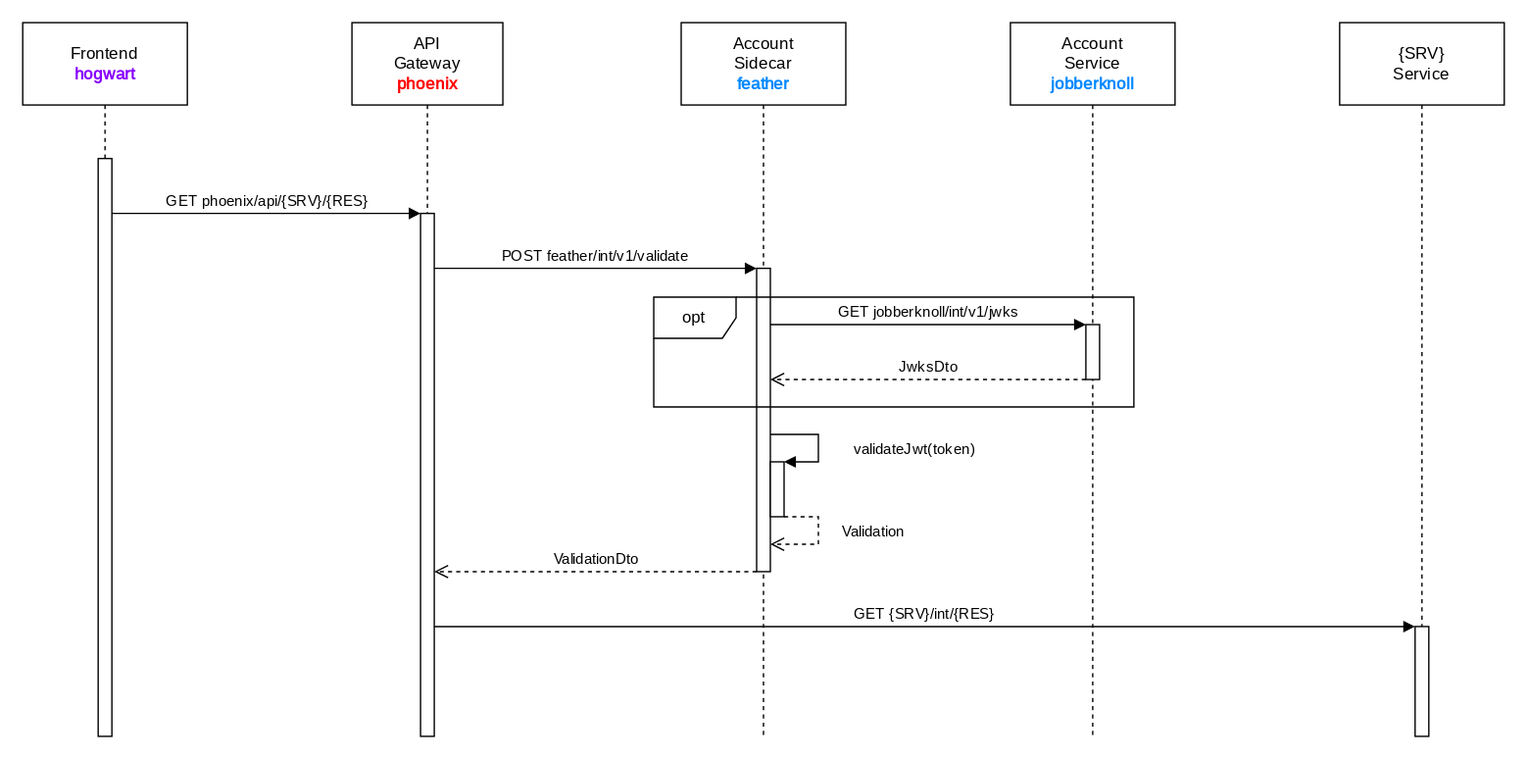
PWR-ACS-SE-24/SoftwareSystemDesign keeps this draw.io diagram as documentation/course/e2/images/sequence-diagram-mechanism-12.drawio.svg. Above is the earlier version. Source tidied: cells renumbered, new cells last; positions are measured from the earlier drawing's top-left corner, leaving out a move shared by most shapes. Source of this version:
```xml
<mxGraphModel>
  <root>
    <mxCell id="0" />
    <mxCell id="1" parent="0" />
    <mxCell id="2" value="&lt;div&gt;Account&lt;/div&gt;&lt;div&gt;Service&lt;/div&gt;&lt;div&gt;&lt;font color=&quot;#0088ff&quot;&gt;&lt;b&gt;jobberknoll&lt;/b&gt;&lt;/font&gt;&lt;br&gt;&lt;/div&gt;" style="shape=umlLifeline;perimeter=lifelinePerimeter;whiteSpace=wrap;html=1;newEdgeStyle={&quot;curved&quot;:0,&quot;rounded&quot;:0};size=60;fontFamily=JetBrains Mono;fontSource=https%3A%2F%2Ffonts.googleapis.com%2Fcss%3Ffamily%3DJetBrains%2BMono;" parent="1" vertex="1">
      <mxGeometry x="720" width="120" height="520" as="geometry" />
    </mxCell>
    <mxCell id="3" value="&lt;div&gt;API&lt;/div&gt;&lt;div&gt;Gateway&lt;/div&gt;&lt;div&gt;&lt;b&gt;&lt;font color=&quot;#ff0000&quot;&gt;phoenix&lt;/font&gt;&lt;/b&gt;&lt;br&gt;&lt;/div&gt;" style="shape=umlLifeline;perimeter=lifelinePerimeter;whiteSpace=wrap;html=1;newEdgeStyle={&quot;curved&quot;:0,&quot;rounded&quot;:0};size=60;fontFamily=JetBrains Mono;fontSource=https%3A%2F%2Ffonts.googleapis.com%2Fcss%3Ffamily%3DJetBrains%2BMono;" parent="1" vertex="1">
      <mxGeometry x="240" width="110" height="520" as="geometry" />
    </mxCell>
    <mxCell id="4" style="html=1;points=[[0,0,0,0,5],[0,1,0,0,-5],[1,0,0,0,5],[1,1,0,0,-5]];perimeter=orthogonalPerimeter;outlineConnect=0;targetShapes=umlLifeline;portConstraint=eastwest;newEdgeStyle={&quot;curved&quot;:0,&quot;rounded&quot;:0};fontFamily=JetBrains Mono;fontSource=https%3A%2F%2Ffonts.googleapis.com%2Fcss%3Ffamily%3DJetBrains%2BMono;" parent="3" vertex="1">
      <mxGeometry x="50" y="139" width="10" height="381" as="geometry" />
    </mxCell>
    <mxCell id="5" value="&lt;div&gt;Account&lt;/div&gt;&lt;div&gt;Sidecar&lt;br&gt;&lt;/div&gt;&lt;div&gt;&lt;b&gt;&lt;font color=&quot;#0088ff&quot;&gt;feather&lt;/font&gt;&lt;/b&gt;&lt;br&gt;&lt;/div&gt;" style="shape=umlLifeline;perimeter=lifelinePerimeter;whiteSpace=wrap;html=1;newEdgeStyle={&quot;curved&quot;:0,&quot;rounded&quot;:0};size=60;fontFamily=JetBrains Mono;fontSource=https%3A%2F%2Ffonts.googleapis.com%2Fcss%3Ffamily%3DJetBrains%2BMono;" parent="1" vertex="1">
      <mxGeometry x="480" width="120" height="520" as="geometry" />
    </mxCell>
    <mxCell id="6" style="html=1;points=[[0,0,0,0,5],[0,1,0,0,-5],[1,0,0,0,5],[1,1,0,0,-5]];perimeter=orthogonalPerimeter;outlineConnect=0;targetShapes=umlLifeline;portConstraint=eastwest;newEdgeStyle={&quot;curved&quot;:0,&quot;rounded&quot;:0};fontFamily=JetBrains Mono;fontSource=https%3A%2F%2Ffonts.googleapis.com%2Fcss%3Ffamily%3DJetBrains%2BMono;" parent="5" vertex="1">
      <mxGeometry x="55" y="179" width="10" height="221" as="geometry" />
    </mxCell>
    <mxCell id="7" value="validateJwt(token)" style="html=1;verticalAlign=bottom;endArrow=block;curved=0;rounded=0;fontFamily=JetBrains Mono;fontSource=https%3A%2F%2Ffonts.googleapis.com%2Fcss%3Ffamily%3DJetBrains%2BMono;" parent="5" edge="1" target="12">
      <mxGeometry x="0.38" y="-70" relative="1" as="geometry">
        <mxPoint x="65" y="300" as="sourcePoint" />
        <Array as="points">
          <mxPoint x="100" y="300" />
          <mxPoint x="100" y="320" />
        </Array>
        <mxPoint x="70" y="70" as="offset" />
      </mxGeometry>
    </mxCell>
    <mxCell id="8" style="html=1;points=[[0,0,0,0,5],[0,1,0,0,-5],[1,0,0,0,5],[1,1,0,0,-5]];perimeter=orthogonalPerimeter;outlineConnect=0;targetShapes=umlLifeline;portConstraint=eastwest;newEdgeStyle={&quot;curved&quot;:0,&quot;rounded&quot;:0};fontFamily=JetBrains Mono;fontSource=https%3A%2F%2Ffonts.googleapis.com%2Fcss%3Ffamily%3DJetBrains%2BMono;" parent="5" vertex="1">
      <mxGeometry x="295" y="220" width="10" height="40" as="geometry" />
    </mxCell>
    <mxCell id="9" value="&lt;font&gt;GET jobberknoll/int/v1/jwks&lt;/font&gt;" style="html=1;verticalAlign=bottom;endArrow=block;curved=0;rounded=0;fontFamily=JetBrains Mono;fontSource=https%3A%2F%2Ffonts.googleapis.com%2Fcss%3Ffamily%3DJetBrains%2BMono;" parent="5" edge="1" target="8">
      <mxGeometry relative="1" as="geometry">
        <mxPoint x="65" y="220" as="sourcePoint" />
        <Array as="points">
          <mxPoint x="180" y="220" />
        </Array>
      </mxGeometry>
    </mxCell>
    <mxCell id="10" value="opt" style="shape=umlFrame;whiteSpace=wrap;html=1;" parent="5" vertex="1">
      <mxGeometry x="-20" y="200" width="350" height="80" as="geometry" />
    </mxCell>
    <mxCell id="11" value="JwksDto" style="html=1;verticalAlign=bottom;endArrow=open;dashed=1;endSize=8;curved=0;rounded=0;fontFamily=JetBrains Mono;fontSource=https%3A%2F%2Ffonts.googleapis.com%2Fcss%3Ffamily%3DJetBrains%2BMono;" parent="5" edge="1" source="8">
      <mxGeometry relative="1" as="geometry">
        <mxPoint x="65" y="260" as="targetPoint" />
        <Array as="points">
          <mxPoint x="180" y="260" />
        </Array>
      </mxGeometry>
    </mxCell>
    <mxCell id="12" style="html=1;points=[[0,0,0,0,5],[0,1,0,0,-5],[1,0,0,0,5],[1,1,0,0,-5]];perimeter=orthogonalPerimeter;outlineConnect=0;targetShapes=umlLifeline;portConstraint=eastwest;newEdgeStyle={&quot;curved&quot;:0,&quot;rounded&quot;:0};fontFamily=JetBrains Mono;fontSource=https%3A%2F%2Ffonts.googleapis.com%2Fcss%3Ffamily%3DJetBrains%2BMono;" parent="5" vertex="1">
      <mxGeometry x="65" y="320" width="10" height="40" as="geometry" />
    </mxCell>
    <mxCell id="13" value="Validation" style="html=1;verticalAlign=bottom;endArrow=open;dashed=1;endSize=8;curved=0;rounded=0;fontFamily=JetBrains Mono;fontSource=https%3A%2F%2Ffonts.googleapis.com%2Fcss%3Ffamily%3DJetBrains%2BMono;" parent="5" edge="1" source="12" target="6">
      <mxGeometry x="0.12" y="-40" relative="1" as="geometry">
        <Array as="points">
          <mxPoint x="100" y="360" />
          <mxPoint x="100" y="380" />
        </Array>
        <mxPoint x="40" y="40" as="offset" />
      </mxGeometry>
    </mxCell>
    <mxCell id="14" value="&lt;font style=&quot;font-size: 11px;&quot;&gt;GET phoenix/api/{SRV}/{RES}&lt;/font&gt;" style="html=1;verticalAlign=bottom;endArrow=block;curved=0;rounded=0;fontFamily=JetBrains Mono;fontSource=https%3A%2F%2Ffonts.googleapis.com%2Fcss%3Ffamily%3DJetBrains%2BMono;" parent="1" edge="1" source="17" target="4">
      <mxGeometry relative="1" as="geometry">
        <Array as="points">
          <mxPoint x="180" y="139" />
        </Array>
      </mxGeometry>
    </mxCell>
    <mxCell id="15" value="&lt;font&gt;POST feather/int/v1/validate&lt;/font&gt;" style="html=1;verticalAlign=bottom;endArrow=block;curved=0;rounded=0;fontFamily=JetBrains Mono;fontSource=https%3A%2F%2Ffonts.googleapis.com%2Fcss%3Ffamily%3DJetBrains%2BMono;" parent="1" edge="1" source="4" target="6">
      <mxGeometry relative="1" as="geometry">
        <Array as="points">
          <mxPoint x="420" y="179" />
        </Array>
      </mxGeometry>
    </mxCell>
    <mxCell id="16" value="&lt;div&gt;Frontend&lt;/div&gt;&lt;div&gt;&lt;b&gt;&lt;font color=&quot;#8800ff&quot;&gt;hogwart&lt;/font&gt;&lt;/b&gt;&lt;br&gt;&lt;/div&gt;" style="shape=umlLifeline;perimeter=lifelinePerimeter;whiteSpace=wrap;html=1;newEdgeStyle={&quot;curved&quot;:0,&quot;rounded&quot;:0};size=60;fontFamily=JetBrains Mono;fontSource=https%3A%2F%2Ffonts.googleapis.com%2Fcss%3Ffamily%3DJetBrains%2BMono;" parent="1" vertex="1">
      <mxGeometry width="120" height="520" as="geometry" />
    </mxCell>
    <mxCell id="17" style="html=1;points=[[0,0,0,0,5],[0,1,0,0,-5],[1,0,0,0,5],[1,1,0,0,-5]];perimeter=orthogonalPerimeter;outlineConnect=0;targetShapes=umlLifeline;portConstraint=eastwest;newEdgeStyle={&quot;curved&quot;:0,&quot;rounded&quot;:0};fontFamily=JetBrains Mono;fontSource=https%3A%2F%2Ffonts.googleapis.com%2Fcss%3Ffamily%3DJetBrains%2BMono;" parent="16" vertex="1">
      <mxGeometry x="55" y="99" width="10" height="421" as="geometry" />
    </mxCell>
    <mxCell id="18" value="&lt;div&gt;{SRV}&lt;/div&gt;&lt;div&gt;Service&lt;br&gt;&lt;/div&gt;" style="shape=umlLifeline;perimeter=lifelinePerimeter;whiteSpace=wrap;html=1;newEdgeStyle={&quot;curved&quot;:0,&quot;rounded&quot;:0};size=60;fontFamily=JetBrains Mono;fontSource=https%3A%2F%2Ffonts.googleapis.com%2Fcss%3Ffamily%3DJetBrains%2BMono;" parent="1" vertex="1">
      <mxGeometry x="960" width="120" height="520" as="geometry" />
    </mxCell>
    <mxCell id="19" style="html=1;points=[[0,0,0,0,5],[0,1,0,0,-5],[1,0,0,0,5],[1,1,0,0,-5]];perimeter=orthogonalPerimeter;outlineConnect=0;targetShapes=umlLifeline;portConstraint=eastwest;newEdgeStyle={&quot;curved&quot;:0,&quot;rounded&quot;:0};fontFamily=JetBrains Mono;fontSource=https%3A%2F%2Ffonts.googleapis.com%2Fcss%3Ffamily%3DJetBrains%2BMono;" parent="18" vertex="1">
      <mxGeometry x="55" y="440" width="10" height="80" as="geometry" />
    </mxCell>
    <mxCell id="20" value="&lt;font&gt;GET {SRV}/int/{RES}&lt;br&gt;&lt;/font&gt;" style="html=1;verticalAlign=bottom;endArrow=block;curved=0;rounded=0;fontFamily=JetBrains Mono;fontSource=https%3A%2F%2Ffonts.googleapis.com%2Fcss%3Ffamily%3DJetBrains%2BMono;" parent="1" edge="1" source="4" target="19">
      <mxGeometry relative="1" as="geometry">
        <Array as="points">
          <mxPoint x="665" y="440" />
        </Array>
      </mxGeometry>
    </mxCell>
    <mxCell id="21" value="ValidationDto" style="html=1;verticalAlign=bottom;endArrow=open;dashed=1;endSize=8;curved=0;rounded=0;fontFamily=JetBrains Mono;fontSource=https%3A%2F%2Ffonts.googleapis.com%2Fcss%3Ffamily%3DJetBrains%2BMono;" parent="1" edge="1" source="6" target="4">
      <mxGeometry relative="1" as="geometry">
        <Array as="points">
          <mxPoint x="415" y="400" />
        </Array>
      </mxGeometry>
    </mxCell>
  </root>
</mxGraphModel>
```
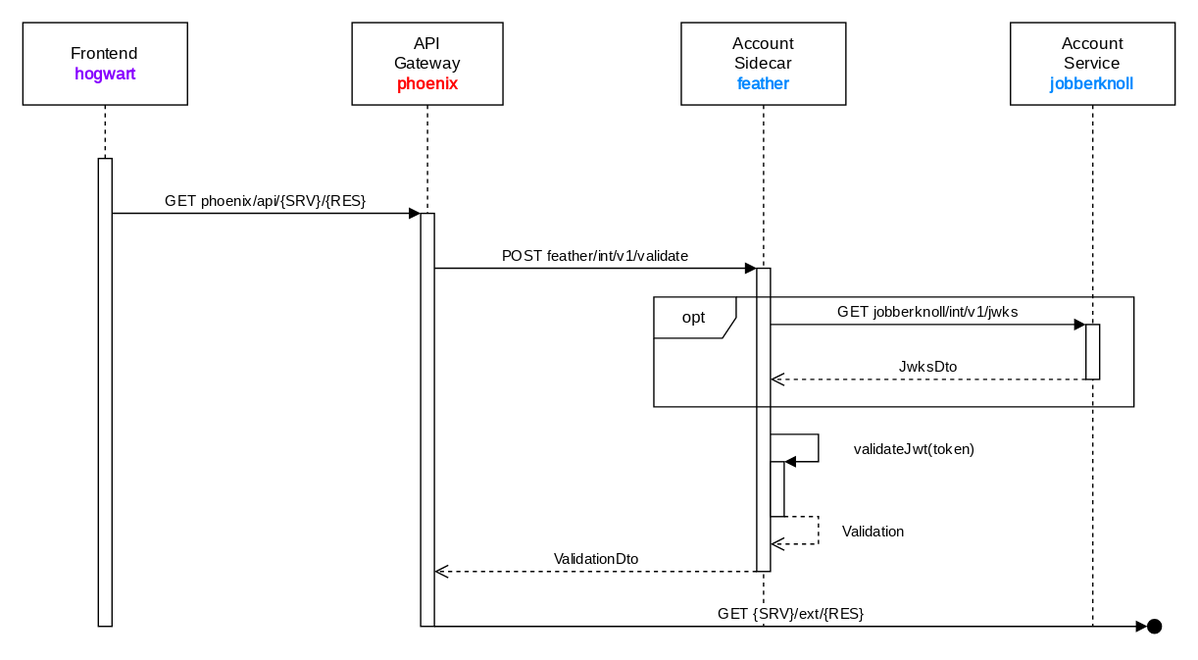
Later version of the same file.

Change to the diagram source:
```diff
@@ -3,16 +3,16 @@
     <mxCell id="0" />
     <mxCell id="1" parent="0" />
     <mxCell id="2" value="&lt;div&gt;Account&lt;/div&gt;&lt;div&gt;Service&lt;/div&gt;&lt;div&gt;&lt;font color=&quot;#0088ff&quot;&gt;&lt;b&gt;jobberknoll&lt;/b&gt;&lt;/font&gt;&lt;br&gt;&lt;/div&gt;" style="shape=umlLifeline;perimeter=lifelinePerimeter;whiteSpace=wrap;html=1;newEdgeStyle={&quot;curved&quot;:0,&quot;rounded&quot;:0};size=60;fontFamily=JetBrains Mono;fontSource=https%3A%2F%2Ffonts.googleapis.com%2Fcss%3Ffamily%3DJetBrains%2BMono;" parent="1" vertex="1">
-      <mxGeometry x="720" width="120" height="520" as="geometry" />
+      <mxGeometry x="720" width="120" height="440" as="geometry" />
     </mxCell>
     <mxCell id="3" value="&lt;div&gt;API&lt;/div&gt;&lt;div&gt;Gateway&lt;/div&gt;&lt;div&gt;&lt;b&gt;&lt;font color=&quot;#ff0000&quot;&gt;phoenix&lt;/font&gt;&lt;/b&gt;&lt;br&gt;&lt;/div&gt;" style="shape=umlLifeline;perimeter=lifelinePerimeter;whiteSpace=wrap;html=1;newEdgeStyle={&quot;curved&quot;:0,&quot;rounded&quot;:0};size=60;fontFamily=JetBrains Mono;fontSource=https%3A%2F%2Ffonts.googleapis.com%2Fcss%3Ffamily%3DJetBrains%2BMono;" parent="1" vertex="1">
-      <mxGeometry x="240" width="110" height="520" as="geometry" />
+      <mxGeometry x="240" width="110" height="440" as="geometry" />
     </mxCell>
     <mxCell id="4" style="html=1;points=[[0,0,0,0,5],[0,1,0,0,-5],[1,0,0,0,5],[1,1,0,0,-5]];perimeter=orthogonalPerimeter;outlineConnect=0;targetShapes=umlLifeline;portConstraint=eastwest;newEdgeStyle={&quot;curved&quot;:0,&quot;rounded&quot;:0};fontFamily=JetBrains Mono;fontSource=https%3A%2F%2Ffonts.googleapis.com%2Fcss%3Ffamily%3DJetBrains%2BMono;" parent="3" vertex="1">
-      <mxGeometry x="50" y="139" width="10" height="381" as="geometry" />
+      <mxGeometry x="50" y="139" width="10" height="301" as="geometry" />
     </mxCell>
     <mxCell id="5" value="&lt;div&gt;Account&lt;/div&gt;&lt;div&gt;Sidecar&lt;br&gt;&lt;/div&gt;&lt;div&gt;&lt;b&gt;&lt;font color=&quot;#0088ff&quot;&gt;feather&lt;/font&gt;&lt;/b&gt;&lt;br&gt;&lt;/div&gt;" style="shape=umlLifeline;perimeter=lifelinePerimeter;whiteSpace=wrap;html=1;newEdgeStyle={&quot;curved&quot;:0,&quot;rounded&quot;:0};size=60;fontFamily=JetBrains Mono;fontSource=https%3A%2F%2Ffonts.googleapis.com%2Fcss%3Ffamily%3DJetBrains%2BMono;" parent="1" vertex="1">
-      <mxGeometry x="480" width="120" height="520" as="geometry" />
+      <mxGeometry x="480" width="120" height="440" as="geometry" />
     </mxCell>
     <mxCell id="6" style="html=1;points=[[0,0,0,0,5],[0,1,0,0,-5],[1,0,0,0,5],[1,1,0,0,-5]];perimeter=orthogonalPerimeter;outlineConnect=0;targetShapes=umlLifeline;portConstraint=eastwest;newEdgeStyle={&quot;curved&quot;:0,&quot;rounded&quot;:0};fontFamily=JetBrains Mono;fontSource=https%3A%2F%2Ffonts.googleapis.com%2Fcss%3Ffamily%3DJetBrains%2BMono;" parent="5" vertex="1">
       <mxGeometry x="55" y="179" width="10" height="221" as="geometry" />
@@ -76,18 +76,12 @@
       </mxGeometry>
     </mxCell>
     <mxCell id="16" value="&lt;div&gt;Frontend&lt;/div&gt;&lt;div&gt;&lt;b&gt;&lt;font color=&quot;#8800ff&quot;&gt;hogwart&lt;/font&gt;&lt;/b&gt;&lt;br&gt;&lt;/div&gt;" style="shape=umlLifeline;perimeter=lifelinePerimeter;whiteSpace=wrap;html=1;newEdgeStyle={&quot;curved&quot;:0,&quot;rounded&quot;:0};size=60;fontFamily=JetBrains Mono;fontSource=https%3A%2F%2Ffonts.googleapis.com%2Fcss%3Ffamily%3DJetBrains%2BMono;" parent="1" vertex="1">
-      <mxGeometry width="120" height="520" as="geometry" />
+      <mxGeometry width="120" height="440" as="geometry" />
     </mxCell>
     <mxCell id="17" style="html=1;points=[[0,0,0,0,5],[0,1,0,0,-5],[1,0,0,0,5],[1,1,0,0,-5]];perimeter=orthogonalPerimeter;outlineConnect=0;targetShapes=umlLifeline;portConstraint=eastwest;newEdgeStyle={&quot;curved&quot;:0,&quot;rounded&quot;:0};fontFamily=JetBrains Mono;fontSource=https%3A%2F%2Ffonts.googleapis.com%2Fcss%3Ffamily%3DJetBrains%2BMono;" parent="16" vertex="1">
-      <mxGeometry x="55" y="99" width="10" height="421" as="geometry" />
+      <mxGeometry x="55" y="99" width="10" height="341" as="geometry" />
     </mxCell>
-    <mxCell id="18" value="&lt;div&gt;{SRV}&lt;/div&gt;&lt;div&gt;Service&lt;br&gt;&lt;/div&gt;" style="shape=umlLifeline;perimeter=lifelinePerimeter;whiteSpace=wrap;html=1;newEdgeStyle={&quot;curved&quot;:0,&quot;rounded&quot;:0};size=60;fontFamily=JetBrains Mono;fontSource=https%3A%2F%2Ffonts.googleapis.com%2Fcss%3Ffamily%3DJetBrains%2BMono;" parent="1" vertex="1">
-      <mxGeometry x="960" width="120" height="520" as="geometry" />
-    </mxCell>
-    <mxCell id="19" style="html=1;points=[[0,0,0,0,5],[0,1,0,0,-5],[1,0,0,0,5],[1,1,0,0,-5]];perimeter=orthogonalPerimeter;outlineConnect=0;targetShapes=umlLifeline;portConstraint=eastwest;newEdgeStyle={&quot;curved&quot;:0,&quot;rounded&quot;:0};fontFamily=JetBrains Mono;fontSource=https%3A%2F%2Ffonts.googleapis.com%2Fcss%3Ffamily%3DJetBrains%2BMono;" parent="18" vertex="1">
-      <mxGeometry x="55" y="440" width="10" height="80" as="geometry" />
-    </mxCell>
-    <mxCell id="20" value="&lt;font&gt;GET {SRV}/int/{RES}&lt;br&gt;&lt;/font&gt;" style="html=1;verticalAlign=bottom;endArrow=block;curved=0;rounded=0;fontFamily=JetBrains Mono;fontSource=https%3A%2F%2Ffonts.googleapis.com%2Fcss%3Ffamily%3DJetBrains%2BMono;" parent="1" edge="1" source="4" target="19">
+    <mxCell id="20" value="&lt;font&gt;GET {SRV}/ext/{RES}&lt;br&gt;&lt;/font&gt;" style="html=1;verticalAlign=bottom;endArrow=block;curved=0;rounded=0;fontFamily=JetBrains Mono;fontSource=https%3A%2F%2Ffonts.googleapis.com%2Fcss%3Ffamily%3DJetBrains%2BMono;" parent="1" edge="1" source="4" target="22">
       <mxGeometry relative="1" as="geometry">
         <Array as="points">
           <mxPoint x="665" y="440" />
@@ -101,5 +95,8 @@
         </Array>
       </mxGeometry>
     </mxCell>
+    <mxCell id="22" style="ellipse;html=1;fillColor=strokeColor;" parent="1" vertex="1">
+      <mxGeometry x="820" y="435" width="10" height="10" as="geometry" />
+    </mxCell>
   </root>
 </mxGraphModel>
```
